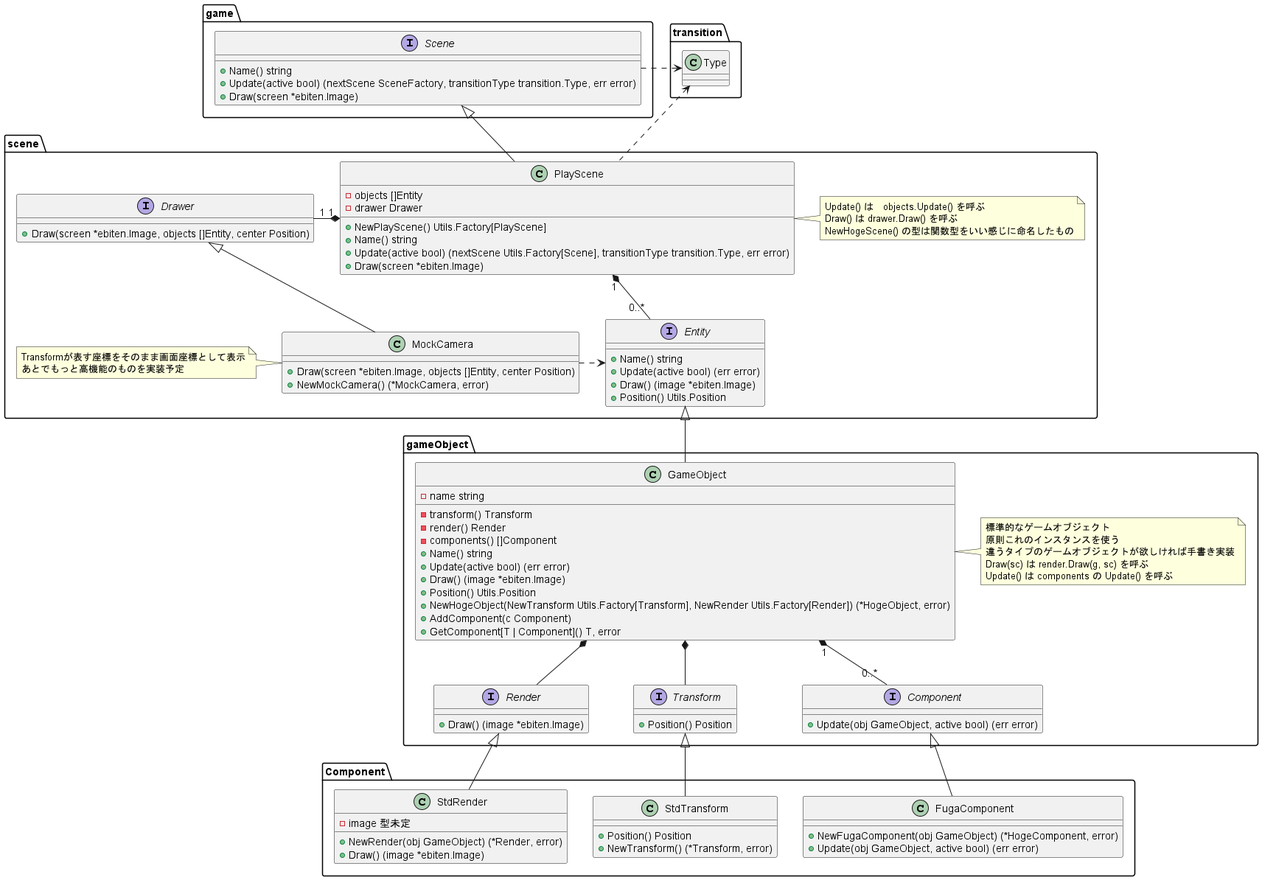
kmc-jp/Gamedev_Tempura-of-p--Phenylazo-phenol keeps this PlantUML diagram as Docs/Scene_class_diagram.png. Above is the earlier version.
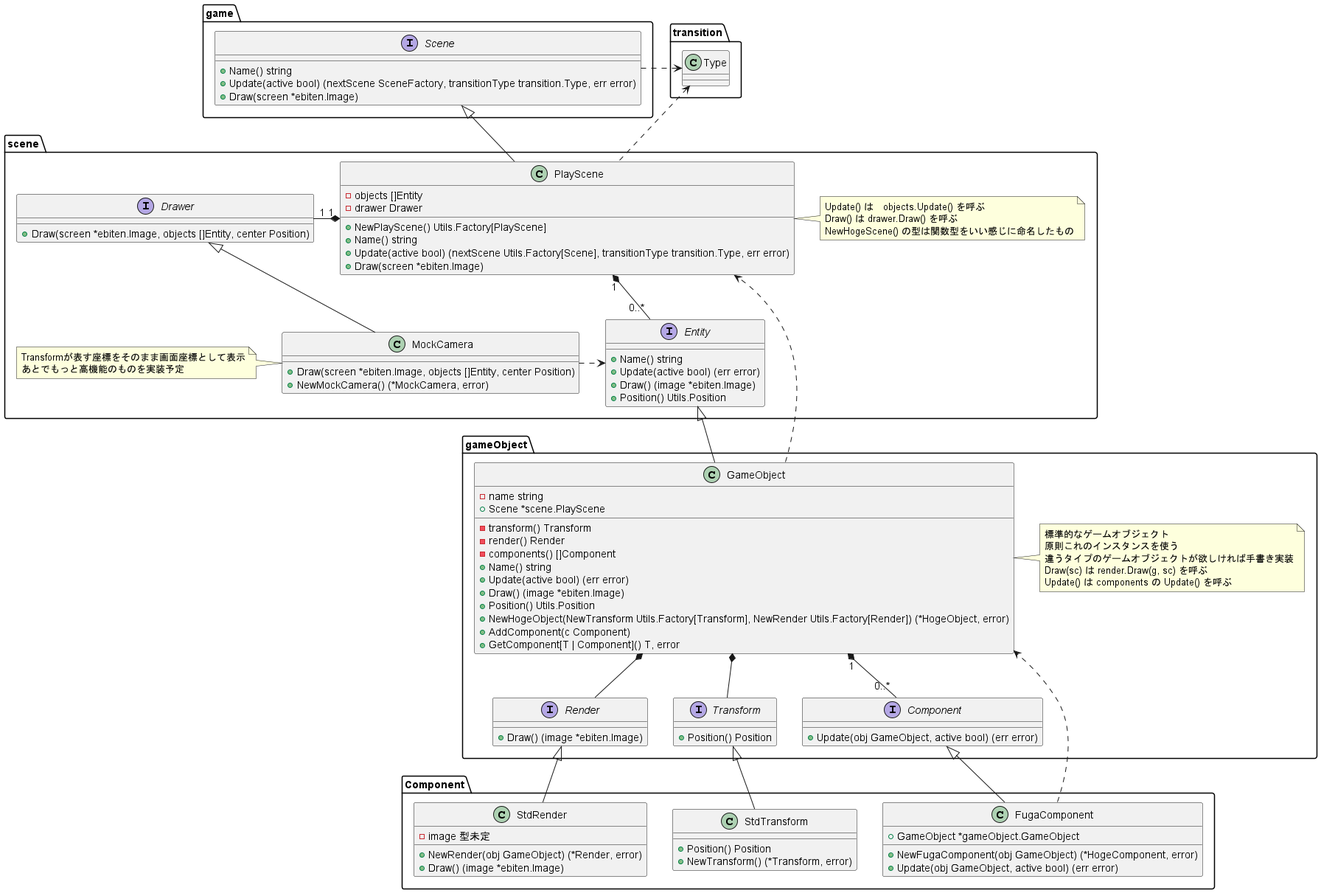
The same file after the commit.

Commit message:
クラス図更新 : GameObject と Component について、上位層への参照を追加

上位層のオブジェクトに定義したメソッドを使用できるようにする

What changed in the source:
```diff
@@ -56,6 +56,7 @@
 package gameObject {
     class GameObject {
         - name string
+        + Scene *scene.PlayScene
         - transform() Transform
         - render() Render
         - components() []Component
@@ -70,6 +71,7 @@
     note right of GameObject : 標準的なゲームオブジェクト\n原則これのインスタンスを使う\n違うタイプのゲームオブジェクトが欲しければ手書き実装\nDraw(sc) は render.Draw(g, sc) を呼ぶ\nUpdate() は components の Update() を呼ぶ
 
     GameObject -up-|> scene.Entity
+    GameObject ...> scene.PlayScene
     GameObject *-- Transform
     GameObject *-- Render
 
@@ -90,11 +92,13 @@
 
 package Component {
     class FugaComponent {
+        + GameObject *gameObject.GameObject
         + NewFugaComponent(obj GameObject) (*HogeComponent, error)
         + Update(obj GameObject, active bool) (err error)
     }
 
     FugaComponent -up-|> gameObject.Component
+    FugaComponent ...> gameObject.GameObject
 
     class StdTransform {
         + Position() Position
```
